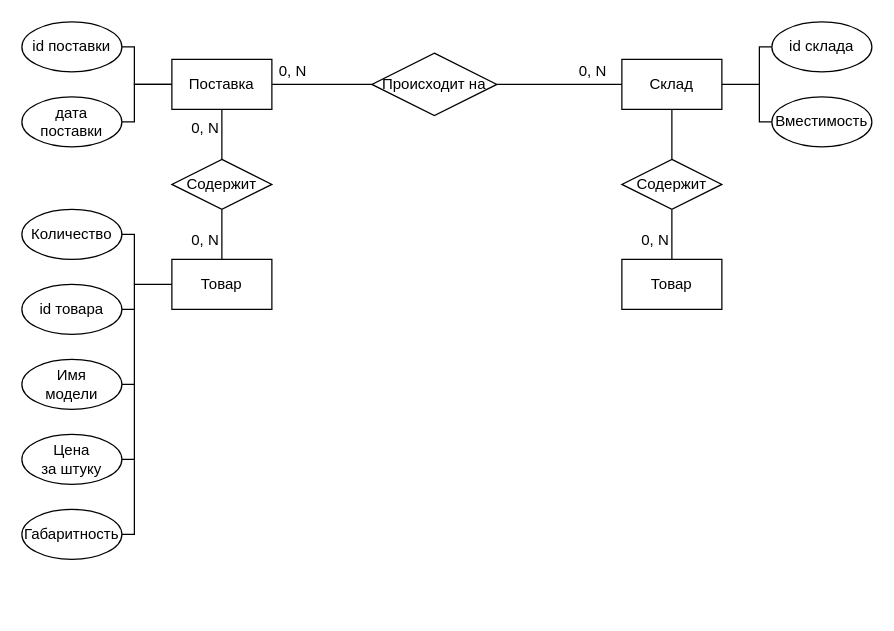
Above: КМПО V2.0.drawio in marsek4/ssp (draw.io), before the change. Source tidied: cells renumbered, new cells numbered last; positions are measured from the earlier drawing's top-left corner, leaving out a move shared by most shapes. Both pictures are drawn from the tidied source at 125%, with x=0, y=0 at pixel (21, 21).
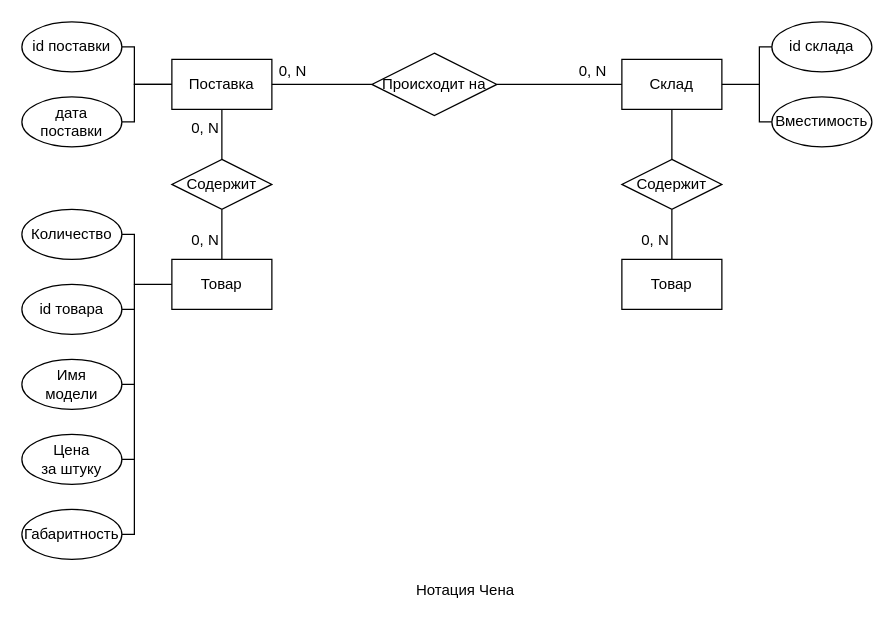
The same page after the edit.

Change to the diagram source:
```diff
@@
+    <mxCell id="38" value="Нотация Чена" style="text;html=1;strokeColor=none;fillColor=none;align=center;verticalAlign=middle;whiteSpace=wrap;rounded=0;" parent="1" vertex="1">
+      <mxGeometry x="280" y="440" width="150" height="30" as="geometry" />
+    </mxCell>
```
